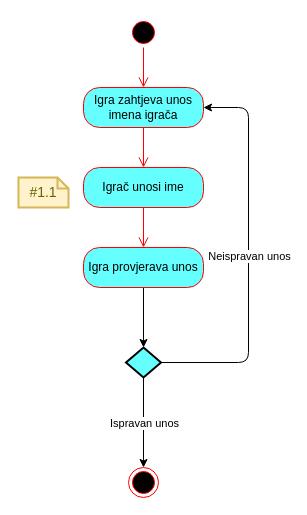
This is page "aktivnost:unosIgrača" (3 of 8) of Projekt_Poker_activity.drawio from ewlibi/Poker, a draw.io file, before an edit. Source tidied: cells renumbered, new cells numbered last; positions are measured from the earlier drawing's top-left corner, leaving out a move shared by most shapes. Both pictures are drawn from the tidied source at 100%, with x=0, y=0 at pixel (18, 17).
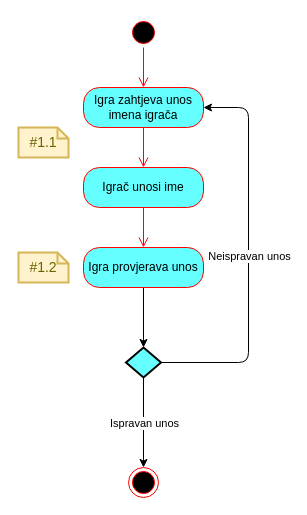
The same page after the edit.

The edit, as a diff of the source:
```diff
@@
 <mxGraphModel>
   <root>
     <mxCell id="0" />
     <mxCell id="1" parent="0" />
     <mxCell id="2" style="ellipse;html=1;shape=startState;fillColor=#000000;strokeColor=#ff0000;" parent="1" vertex="1">
       <mxGeometry x="110" width="30" height="30" as="geometry" />
     </mxCell>
     <mxCell id="3" style="edgeStyle=orthogonalEdgeStyle;html=1;verticalAlign=bottom;endArrow=open;endSize=8;strokeColor=#ff0000;entryX=0.5;entryY=0;entryDx=0;entryDy=0;" parent="1" edge="1" source="2" target="4">
       <mxGeometry relative="1" as="geometry" />
     </mxCell>
     <mxCell id="4" value="Igra zahtjeva unos imena igrača" style="rounded=1;whiteSpace=wrap;html=1;arcSize=40;fontColor=#000000;strokeColor=#ff0000;fillColor=#66FFFF;" parent="1" vertex="1">
       <mxGeometry x="65" y="70" width="120" height="40" as="geometry" />
     </mxCell>
     <mxCell id="5" style="edgeStyle=orthogonalEdgeStyle;html=1;verticalAlign=bottom;endArrow=open;endSize=8;strokeColor=#ff0000;entryX=0.5;entryY=0;entryDx=0;entryDy=0;" parent="1" edge="1" source="4" target="6">
       <mxGeometry relative="1" as="geometry" />
     </mxCell>
     <mxCell id="6" value="Igrač unosi ime" style="rounded=1;whiteSpace=wrap;html=1;arcSize=40;fontColor=#000000;strokeColor=#ff0000;fillColor=#66FFFF;" parent="1" vertex="1">
       <mxGeometry x="65" y="150" width="120" height="40" as="geometry" />
     </mxCell>
     <mxCell id="7" style="edgeStyle=orthogonalEdgeStyle;html=1;verticalAlign=bottom;endArrow=open;endSize=8;strokeColor=#ff0000;entryX=0.5;entryY=0;entryDx=0;entryDy=0;" parent="1" edge="1" source="6" target="9">
       <mxGeometry relative="1" as="geometry" />
     </mxCell>
     <mxCell id="8" style="edgeStyle=orthogonalEdgeStyle;rounded=0;jettySize=auto;html=1;exitX=0.5;exitY=1;exitDx=0;exitDy=0;" parent="1" edge="1" source="9" target="10">
       <mxGeometry relative="1" as="geometry" />
     </mxCell>
     <mxCell id="9" value="Igra provjerava unos" style="rounded=1;whiteSpace=wrap;html=1;arcSize=40;fontColor=#000000;strokeColor=#ff0000;fillColor=#66FFFF;" parent="1" vertex="1">
       <mxGeometry x="65" y="230" width="120" height="40" as="geometry" />
     </mxCell>
     <mxCell id="10" style="strokeWidth=2;html=1;shape=mxgraph.flowchart.decision;whiteSpace=wrap;fillColor=#66FFFF;" parent="1" vertex="1">
       <mxGeometry x="107.5" y="330" width="35" height="30" as="geometry" />
     </mxCell>
     <mxCell id="11" style="endArrow=classic;html=1;exitX=1;exitY=0.5;exitDx=0;exitDy=0;exitPerimeter=0;entryX=1;entryY=0.5;entryDx=0;entryDy=0;" parent="1" edge="1" source="10" target="4">
       <mxGeometry relative="1" as="geometry">
         <Array as="points">
           <mxPoint x="230" y="345" />
           <mxPoint x="230" y="90" />
         </Array>
       </mxGeometry>
     </mxCell>
     <mxCell id="12" value="Neispravan unos" style="edgeLabel;html=1;align=center;verticalAlign=middle;" parent="11" vertex="1">
       <mxGeometry relative="1" as="geometry" />
     </mxCell>
     <mxCell id="13" style="endArrow=classic;html=1;exitX=0.5;exitY=1;exitDx=0;exitDy=0;exitPerimeter=0;" parent="1" edge="1" source="10" target="15">
       <mxGeometry relative="1" as="geometry" />
     </mxCell>
     <mxCell id="14" value="Ispravan unos" style="edgeLabel;html=1;align=center;verticalAlign=middle;" parent="13" vertex="1">
       <mxGeometry relative="1" as="geometry" />
     </mxCell>
     <mxCell id="15" style="ellipse;html=1;shape=endState;fillColor=#000000;strokeColor=#ff0000;" parent="1" vertex="1">
       <mxGeometry x="110" y="450" width="30" height="30" as="geometry" />
     </mxCell>
     <mxCell id="16" value="#1.1" style="shape=note;strokeWidth=2;fontSize=14;size=11;whiteSpace=wrap;html=1;fillColor=#fff2cc;strokeColor=#d6b656;fontColor=#666600;" parent="1" vertex="1">
-      <mxGeometry y="160" width="50" height="30" as="geometry" />
+      <mxGeometry y="110" width="50" height="30" as="geometry" />
     </mxCell>
+    <mxCell id="17" value="#1.2" style="shape=note;strokeWidth=2;fontSize=14;size=11;whiteSpace=wrap;html=1;fillColor=#fff2cc;strokeColor=#d6b656;fontColor=#666600;" parent="1" vertex="1">
+      <mxGeometry y="235" width="50" height="30" as="geometry" />
+    </mxCell>
   </root>
 </mxGraphModel>
```
